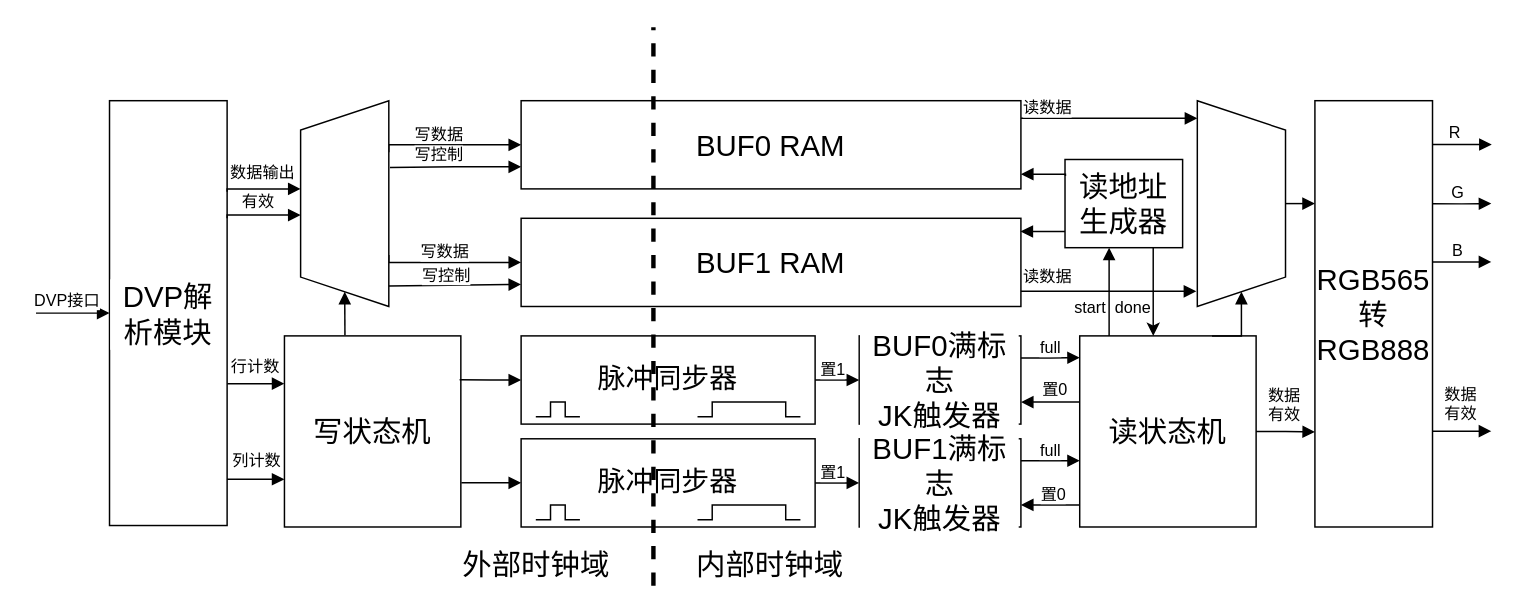
Before: page "第 11 页" (11 of 23) of docs/插图.drawio in Dv-26/Dissertation, a draw.io diagram. Source tidied: cells renumbered, new cells numbered last; positions are measured from the earlier drawing's top-left corner, leaving out a move shared by most shapes. Both pictures are drawn from the tidied source at 147%, with x=0, y=0 at pixel (35, 26).
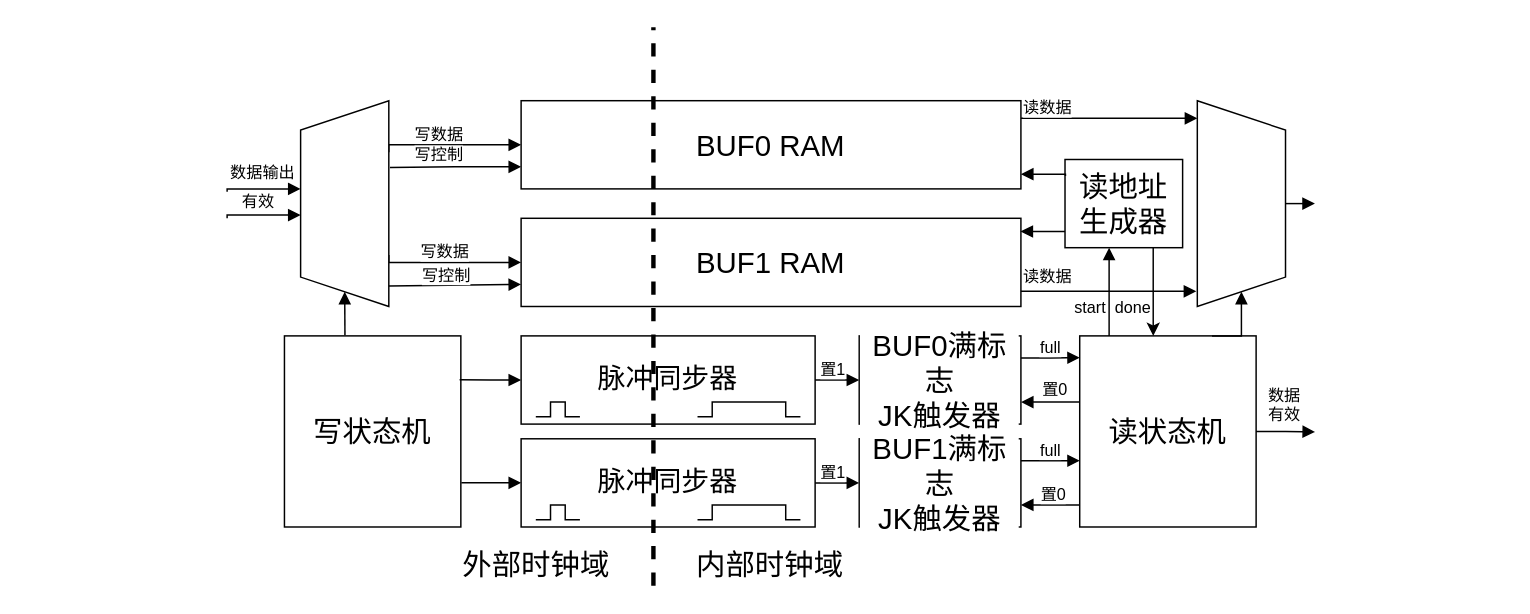
The same page after the edit.

Unchanged cells that the change refers to:
```xml
<mxCell id="14" value="写状态机" style="rounded=0;whiteSpace=wrap;html=1;fontFamily=宋体;fontSize=20;fontColor=default;labelBackgroundColor=default;" parent="1" vertex="1">
  <mxGeometry x="169" y="210" width="120" height="130" as="geometry" />
</mxCell>
<mxCell id="15" value="读状态机" style="rounded=0;whiteSpace=wrap;html=1;fontFamily=宋体;fontSize=20;fontColor=default;labelBackgroundColor=default;" parent="1" vertex="1">
  <mxGeometry x="710" y="210" width="120" height="130" as="geometry" />
</mxCell>
<mxCell id="34" style="shape=trapezoid;perimeter=trapezoidPerimeter;whiteSpace=wrap;html=1;fixedSize=1;fontFamily=宋体;fontSize=11;fontColor=default;labelBackgroundColor=default;rotation=90;" parent="1" vertex="1">
  <mxGeometry x="750" y="90" width="140" height="60" as="geometry" />
</mxCell>
```

Change to the diagram source:
```diff
@@
-    <mxCell id="16" style="edgeStyle=orthogonalEdgeStyle;shape=connector;rounded=0;jettySize=auto;html=1;strokeColor=default;align=center;verticalAlign=middle;fontFamily=宋体;fontSize=11;fontColor=default;labelBackgroundColor=default;startArrow=block;startFill=1;endArrow=none;endFill=1;" parent="1" edge="1" source="18">
-      <mxGeometry relative="1" as="geometry">
-        <mxPoint y="194.5" as="targetPoint" />
-      </mxGeometry>
-    </mxCell>
-    <mxCell id="17" value="DVP接口" style="edgeLabel;html=1;align=center;verticalAlign=middle;fontFamily=宋体;fontSize=11;fontColor=default;labelBackgroundColor=default;" parent="16" vertex="1">
-      <mxGeometry x="0.6" y="-2" relative="1" as="geometry">
-        <mxPoint x="10" y="-7" as="offset" />
-      </mxGeometry>
-    </mxCell>
-    <mxCell id="18" value="DVP解析模块" style="rounded=0;whiteSpace=wrap;html=1;fontFamily=宋体;fontSize=20;fontColor=default;labelBackgroundColor=default;" parent="1" vertex="1">
-      <mxGeometry x="50" y="50" width="80" height="289" as="geometry" />
-    </mxCell>
@@
-    <mxCell id="32" style="edgeStyle=orthogonalEdgeStyle;shape=connector;rounded=0;jettySize=auto;html=1;strokeColor=default;align=center;verticalAlign=middle;fontFamily=宋体;fontSize=11;fontColor=default;labelBackgroundColor=default;endArrow=block;endFill=1;entryX=0.002;entryY=0.241;entryDx=0;entryDy=0;entryPerimeter=0;" parent="1" edge="1" source="34" target="56">
-      <mxGeometry relative="1" as="geometry" />
+    <mxCell id="32" style="edgeStyle=orthogonalEdgeStyle;shape=connector;rounded=0;jettySize=auto;html=1;strokeColor=default;align=center;verticalAlign=middle;fontFamily=宋体;fontSize=11;fontColor=default;labelBackgroundColor=default;endArrow=block;endFill=1;entryX=0.002;entryY=0.241;entryDx=0;entryDy=0;entryPerimeter=0;" parent="1" edge="1" source="34">
+      <mxGeometry relative="1" as="geometry">
+        <mxPoint x="870.2" y="119.9" as="targetPoint" />
+      </mxGeometry>
     </mxCell>
@@
-    <mxCell id="50" style="edgeStyle=orthogonalEdgeStyle;shape=connector;rounded=0;jettySize=auto;html=1;exitX=0;exitY=0.25;exitDx=0;exitDy=0;entryX=1.003;entryY=0.667;entryDx=0;entryDy=0;entryPerimeter=0;strokeColor=default;align=center;verticalAlign=middle;fontFamily=宋体;fontSize=11;fontColor=default;labelBackgroundColor=default;startArrow=block;startFill=1;endArrow=none;endFill=1;" parent="1" edge="1" source="14" target="18">
-      <mxGeometry relative="1" as="geometry" />
-    </mxCell>
-    <mxCell id="51" value="行计数" style="edgeLabel;html=1;align=center;verticalAlign=middle;fontFamily=宋体;fontSize=11;fontColor=default;labelBackgroundColor=default;" parent="50" vertex="1">
-      <mxGeometry x="0.21" y="-1" relative="1" as="geometry">
-        <mxPoint x="3" y="-11" as="offset" />
-      </mxGeometry>
-    </mxCell>
-    <mxCell id="52" style="edgeStyle=orthogonalEdgeStyle;shape=connector;rounded=0;jettySize=auto;html=1;exitX=0;exitY=0.75;exitDx=0;exitDy=0;entryX=0.999;entryY=0.892;entryDx=0;entryDy=0;entryPerimeter=0;strokeColor=default;align=center;verticalAlign=middle;fontFamily=宋体;fontSize=11;fontColor=default;labelBackgroundColor=default;startArrow=block;startFill=1;endArrow=none;endFill=1;" parent="1" edge="1" source="14" target="18">
-      <mxGeometry relative="1" as="geometry" />
-    </mxCell>
-    <mxCell id="53" value="列计数" style="edgeLabel;html=1;align=center;verticalAlign=middle;fontFamily=宋体;fontSize=11;fontColor=default;labelBackgroundColor=default;" parent="52" vertex="1">
-      <mxGeometry x="0.16" relative="1" as="geometry">
-        <mxPoint x="3" y="-13" as="offset" />
-      </mxGeometry>
-    </mxCell>
-    <mxCell id="54" style="edgeStyle=orthogonalEdgeStyle;shape=connector;rounded=0;jettySize=auto;html=1;strokeColor=default;align=center;verticalAlign=middle;fontFamily=宋体;fontSize=11;fontColor=default;labelBackgroundColor=default;startArrow=none;startFill=0;endArrow=block;endFill=1;exitX=0.996;exitY=0.242;exitDx=0;exitDy=0;exitPerimeter=0;" parent="1" edge="1" source="56">
-      <mxGeometry relative="1" as="geometry">
-        <mxPoint x="990" y="120" as="targetPoint" />
-      </mxGeometry>
-    </mxCell>
-    <mxCell id="55" value="G" style="edgeLabel;html=1;align=center;verticalAlign=middle;fontFamily=宋体;fontSize=11;fontColor=default;labelBackgroundColor=default;" parent="54" vertex="1">
-      <mxGeometry x="-0.18" y="1" relative="1" as="geometry">
-        <mxPoint y="-7" as="offset" />
-      </mxGeometry>
-    </mxCell>
-    <mxCell id="56" value="RGB565&lt;div&gt;转&lt;/div&gt;&lt;div&gt;RGB888&lt;/div&gt;" style="rounded=0;whiteSpace=wrap;html=1;fontFamily=宋体;fontSize=20;fontColor=default;labelBackgroundColor=default;" parent="1" vertex="1">
-      <mxGeometry x="870" y="50" width="80" height="290" as="geometry" />
-    </mxCell>
@@
-    <mxCell id="64" style="edgeStyle=orthogonalEdgeStyle;shape=connector;rounded=0;jettySize=auto;html=1;entryX=0.001;entryY=0.777;entryDx=0;entryDy=0;entryPerimeter=0;strokeColor=default;align=center;verticalAlign=middle;fontFamily=宋体;fontSize=11;fontColor=default;labelBackgroundColor=default;startArrow=none;startFill=0;endArrow=block;endFill=1;" parent="1" edge="1" source="15" target="56">
-      <mxGeometry relative="1" as="geometry" />
+    <mxCell id="64" style="edgeStyle=orthogonalEdgeStyle;shape=connector;rounded=0;jettySize=auto;html=1;entryX=0.001;entryY=0.777;entryDx=0;entryDy=0;entryPerimeter=0;strokeColor=default;align=center;verticalAlign=middle;fontFamily=宋体;fontSize=11;fontColor=default;labelBackgroundColor=default;startArrow=none;startFill=0;endArrow=block;endFill=1;" parent="1" edge="1" source="15">
+      <mxGeometry relative="1" as="geometry">
+        <mxPoint x="870.1" y="275.3" as="targetPoint" />
+      </mxGeometry>
     </mxCell>
@@
-    <mxCell id="66" style="edgeStyle=orthogonalEdgeStyle;shape=connector;rounded=0;orthogonalLoop=1;jettySize=auto;html=1;entryX=0.001;entryY=0.777;entryDx=0;entryDy=0;entryPerimeter=0;strokeColor=default;align=center;verticalAlign=middle;fontFamily=宋体;fontSize=11;fontColor=default;labelBackgroundColor=default;startArrow=none;startFill=0;endArrow=block;endFill=1;" parent="1" edge="1">
-      <mxGeometry relative="1" as="geometry">
-        <mxPoint x="950" y="274.8" as="sourcePoint" />
-        <mxPoint x="990" y="274.8" as="targetPoint" />
-        <Array as="points">
-          <mxPoint x="970" y="275" />
-          <mxPoint x="970" y="275" />
-        </Array>
-      </mxGeometry>
-    </mxCell>
-    <mxCell id="67" value="&lt;br&gt;&lt;div&gt;数据&lt;/div&gt;&lt;div&gt;有效&lt;/div&gt;" style="edgeLabel;html=1;align=center;verticalAlign=middle;fontFamily=宋体;fontSize=11;fontColor=default;labelBackgroundColor=default;" parent="66" vertex="1">
-      <mxGeometry x="-0.12" y="-1" relative="1" as="geometry">
-        <mxPoint y="-26" as="offset" />
-      </mxGeometry>
-    </mxCell>
-    <mxCell id="68" style="edgeStyle=orthogonalEdgeStyle;shape=connector;rounded=0;orthogonalLoop=1;jettySize=auto;html=1;strokeColor=default;align=center;verticalAlign=middle;fontFamily=宋体;fontSize=11;fontColor=default;labelBackgroundColor=default;startArrow=none;startFill=0;endArrow=block;endFill=1;exitX=0.996;exitY=0.242;exitDx=0;exitDy=0;exitPerimeter=0;" parent="1" edge="1">
-      <mxGeometry relative="1" as="geometry">
-        <mxPoint x="950.3" y="79.8" as="sourcePoint" />
-        <mxPoint x="990.3" y="79.8" as="targetPoint" />
-        <Array as="points">
-          <mxPoint x="970" y="80" />
-          <mxPoint x="970" y="80" />
-        </Array>
-      </mxGeometry>
-    </mxCell>
-    <mxCell id="69" value="R" style="edgeLabel;html=1;align=center;verticalAlign=middle;fontFamily=宋体;fontSize=11;fontColor=default;labelBackgroundColor=default;" parent="68" vertex="1">
-      <mxGeometry x="-0.28" y="1" relative="1" as="geometry">
-        <mxPoint y="-7" as="offset" />
-      </mxGeometry>
-    </mxCell>
-    <mxCell id="70" style="edgeStyle=orthogonalEdgeStyle;shape=connector;rounded=0;orthogonalLoop=1;jettySize=auto;html=1;strokeColor=default;align=center;verticalAlign=middle;fontFamily=宋体;fontSize=11;fontColor=default;labelBackgroundColor=default;startArrow=none;startFill=0;endArrow=block;endFill=1;exitX=0.996;exitY=0.242;exitDx=0;exitDy=0;exitPerimeter=0;" parent="1" edge="1">
-      <mxGeometry relative="1" as="geometry">
-        <mxPoint x="950" y="159.7" as="sourcePoint" />
-        <mxPoint x="990" y="159.7" as="targetPoint" />
-        <Array as="points">
-          <mxPoint x="970" y="160" />
-          <mxPoint x="970" y="160" />
-        </Array>
-      </mxGeometry>
-    </mxCell>
-    <mxCell id="71" value="B" style="edgeLabel;html=1;align=center;verticalAlign=middle;fontFamily=宋体;fontSize=11;fontColor=default;labelBackgroundColor=default;" parent="70" vertex="1">
-      <mxGeometry x="-0.2" y="1" relative="1" as="geometry">
-        <mxPoint y="-7" as="offset" />
-      </mxGeometry>
-    </mxCell>
```
